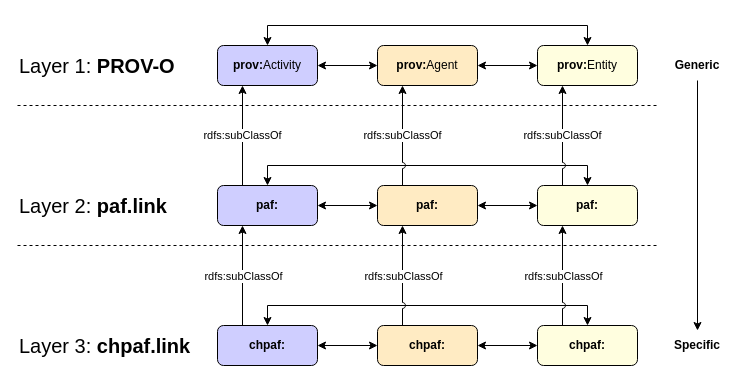
The draw.io diagram img/layers.drawio in swiss/paf-link, before the edit. Source tidied: cells renumbered, new cells numbered last; positions are measured from the earlier drawing's top-left corner, leaving out a move shared by most shapes. Both pictures are drawn from the tidied source at 100%, with x=0, y=0 at pixel (17, 25).
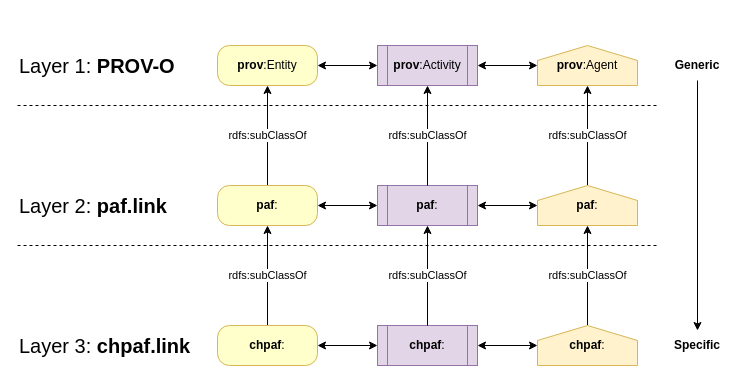
After the change.

Change to the diagram source:
```diff
@@
-    <mxCell id="2" style="edgeStyle=none;html=1;exitX=1;exitY=0.5;exitDx=0;exitDy=0;startArrow=classic;startFill=1;" parent="1" edge="1" source="3" target="12">
-      <mxGeometry relative="1" as="geometry" />
-    </mxCell>
-    <mxCell id="3" value="&lt;b&gt;prov:&lt;/b&gt;Activity" style="rounded=1;whiteSpace=wrap;html=1;labelBackgroundColor=none;fontColor=none;fillColor=#cfceff;fontSize=12;" parent="1" vertex="1">
-      <mxGeometry x="200" y="20" width="100" height="40" as="geometry" />
-    </mxCell>
-    <mxCell id="4" value="&lt;b&gt;prov:&lt;/b&gt;Entity" style="rounded=1;whiteSpace=wrap;html=1;labelBackgroundColor=none;fontColor=none;fillColor=#FFFEDF;fontSize=12;" parent="1" vertex="1">
-      <mxGeometry x="520" y="20" width="100" height="40" as="geometry" />
-    </mxCell>
@@
-    <mxCell id="11" style="edgeStyle=none;html=1;exitX=1;exitY=0.5;exitDx=0;exitDy=0;entryX=0;entryY=0.5;entryDx=0;entryDy=0;startArrow=classic;startFill=1;" parent="1" edge="1" source="12" target="4">
-      <mxGeometry relative="1" as="geometry" />
-    </mxCell>
-    <mxCell id="12" value="&lt;b&gt;prov:&lt;/b&gt;Agent" style="rounded=1;whiteSpace=wrap;html=1;labelBackgroundColor=none;fontColor=none;fillColor=#ffebc3;fontSize=12;" parent="1" vertex="1">
-      <mxGeometry x="360" y="20" width="100" height="40" as="geometry" />
-    </mxCell>
-    <mxCell id="13" style="edgeStyle=orthogonalEdgeStyle;html=1;exitX=0.5;exitY=0;exitDx=0;exitDy=0;startArrow=classic;startFill=1;entryX=0.5;entryY=0;entryDx=0;entryDy=0;rounded=0;" parent="1" edge="1" source="3" target="4">
-      <mxGeometry relative="1" as="geometry">
-        <Array as="points">
-          <mxPoint x="250" />
-          <mxPoint x="570" />
-        </Array>
-      </mxGeometry>
-    </mxCell>
-    <mxCell id="14" style="edgeStyle=none;html=1;exitX=1;exitY=0.5;exitDx=0;exitDy=0;startArrow=classic;startFill=1;" parent="1" edge="1" source="16" target="19">
-      <mxGeometry relative="1" as="geometry" />
-    </mxCell>
-    <mxCell id="15" value="rdfs:subClassOf" style="edgeStyle=orthogonalEdgeStyle;rounded=0;html=1;exitX=0.25;exitY=0;exitDx=0;exitDy=0;entryX=0.25;entryY=1;entryDx=0;entryDy=0;startArrow=none;startFill=0;" parent="1" edge="1" source="16" target="3">
-      <mxGeometry relative="1" as="geometry" />
-    </mxCell>
-    <mxCell id="16" value="&lt;b&gt;paf:&lt;/b&gt;" style="rounded=1;whiteSpace=wrap;html=1;labelBackgroundColor=none;fontColor=none;fillColor=#cfceff;fontSize=12;" parent="1" vertex="1">
-      <mxGeometry x="200" y="160" width="100" height="40" as="geometry" />
-    </mxCell>
-    <mxCell id="17" value="&lt;b&gt;paf:&lt;/b&gt;" style="rounded=1;whiteSpace=wrap;html=1;labelBackgroundColor=none;fontColor=none;fillColor=#FFFEDF;fontSize=12;" parent="1" vertex="1">
-      <mxGeometry x="520" y="160" width="100" height="40" as="geometry" />
-    </mxCell>
-    <mxCell id="18" style="edgeStyle=none;html=1;exitX=1;exitY=0.5;exitDx=0;exitDy=0;entryX=0;entryY=0.5;entryDx=0;entryDy=0;startArrow=classic;startFill=1;" parent="1" edge="1" source="19" target="17">
-      <mxGeometry relative="1" as="geometry" />
-    </mxCell>
-    <mxCell id="19" value="&lt;b&gt;paf:&lt;/b&gt;" style="rounded=1;whiteSpace=wrap;html=1;labelBackgroundColor=none;fontColor=none;fillColor=#ffebc3;fontSize=12;" parent="1" vertex="1">
-      <mxGeometry x="360" y="160" width="100" height="40" as="geometry" />
-    </mxCell>
-    <mxCell id="20" style="edgeStyle=orthogonalEdgeStyle;html=1;exitX=0.5;exitY=0;exitDx=0;exitDy=0;startArrow=classic;startFill=1;entryX=0.5;entryY=0;entryDx=0;entryDy=0;rounded=0;" parent="1" edge="1" source="16" target="17">
-      <mxGeometry relative="1" as="geometry">
-        <Array as="points">
-          <mxPoint x="250" y="140" />
-          <mxPoint x="570" y="140" />
-        </Array>
-      </mxGeometry>
-    </mxCell>
-    <mxCell id="21" value="rdfs:subClassOf" style="edgeStyle=orthogonalEdgeStyle;rounded=0;html=1;exitX=0.25;exitY=0;exitDx=0;exitDy=0;entryX=0.25;entryY=1;entryDx=0;entryDy=0;startArrow=none;startFill=0;jumpStyle=arc;" parent="1" edge="1" source="19" target="12">
-      <mxGeometry relative="1" as="geometry" />
-    </mxCell>
-    <mxCell id="22" value="rdfs:subClassOf" style="edgeStyle=orthogonalEdgeStyle;rounded=0;html=1;exitX=0.25;exitY=0;exitDx=0;exitDy=0;entryX=0.25;entryY=1;entryDx=0;entryDy=0;startArrow=none;startFill=0;jumpStyle=arc;" parent="1" edge="1" source="17" target="4">
-      <mxGeometry relative="1" as="geometry" />
-    </mxCell>
@@
-    <mxCell id="24" style="edgeStyle=none;html=1;exitX=1;exitY=0.5;exitDx=0;exitDy=0;startArrow=classic;startFill=1;" parent="1" edge="1" source="26" target="29">
-      <mxGeometry relative="1" as="geometry" />
-    </mxCell>
-    <mxCell id="25" value="rdfs:subClassOf" style="edgeStyle=orthogonalEdgeStyle;rounded=0;html=1;exitX=0.25;exitY=0;exitDx=0;exitDy=0;entryX=0.25;entryY=1;entryDx=0;entryDy=0;startArrow=none;startFill=0;" parent="1" edge="1" source="26">
-      <mxGeometry relative="1" as="geometry">
-        <mxPoint x="225" y="200" as="targetPoint" />
-      </mxGeometry>
-    </mxCell>
-    <mxCell id="26" value="&lt;b&gt;chpaf:&lt;/b&gt;" style="rounded=1;whiteSpace=wrap;html=1;labelBackgroundColor=none;fontColor=none;fillColor=#cfceff;fontSize=12;" parent="1" vertex="1">
-      <mxGeometry x="200" y="300" width="100" height="40" as="geometry" />
-    </mxCell>
-    <mxCell id="27" value="&lt;b&gt;chpaf:&lt;/b&gt;" style="rounded=1;whiteSpace=wrap;html=1;labelBackgroundColor=none;fontColor=none;fillColor=#FFFEDF;fontSize=12;" parent="1" vertex="1">
-      <mxGeometry x="520" y="300" width="100" height="40" as="geometry" />
-    </mxCell>
-    <mxCell id="28" style="edgeStyle=none;html=1;exitX=1;exitY=0.5;exitDx=0;exitDy=0;entryX=0;entryY=0.5;entryDx=0;entryDy=0;startArrow=classic;startFill=1;" parent="1" edge="1" source="29" target="27">
-      <mxGeometry relative="1" as="geometry" />
-    </mxCell>
-    <mxCell id="29" value="&lt;b&gt;chpaf:&lt;/b&gt;" style="rounded=1;whiteSpace=wrap;html=1;labelBackgroundColor=none;fontColor=none;fillColor=#ffebc3;fontSize=12;" parent="1" vertex="1">
-      <mxGeometry x="360" y="300" width="100" height="40" as="geometry" />
-    </mxCell>
-    <mxCell id="30" style="edgeStyle=orthogonalEdgeStyle;html=1;exitX=0.5;exitY=0;exitDx=0;exitDy=0;startArrow=classic;startFill=1;entryX=0.5;entryY=0;entryDx=0;entryDy=0;rounded=0;" parent="1" edge="1" source="26" target="27">
-      <mxGeometry relative="1" as="geometry">
-        <Array as="points">
-          <mxPoint x="250" y="280" />
-          <mxPoint x="570" y="280" />
-        </Array>
-      </mxGeometry>
-    </mxCell>
-    <mxCell id="31" value="rdfs:subClassOf" style="edgeStyle=orthogonalEdgeStyle;rounded=0;html=1;exitX=0.25;exitY=0;exitDx=0;exitDy=0;entryX=0.25;entryY=1;entryDx=0;entryDy=0;startArrow=none;startFill=0;jumpStyle=arc;" parent="1" edge="1" source="29">
-      <mxGeometry relative="1" as="geometry">
-        <mxPoint x="385" y="200" as="targetPoint" />
-      </mxGeometry>
-    </mxCell>
+    <mxCell id="33" style="endArrow=none;dashed=1;html=1;strokeWidth=1;fontSize=20;fontColor=none;" parent="1" edge="1">
+      <mxGeometry relative="1" as="geometry">
+        <mxPoint y="220" as="sourcePoint" />
+        <mxPoint x="640" y="220" as="targetPoint" />
+      </mxGeometry>
+    </mxCell>
+    <mxCell id="34" style="edgeStyle=none;html=1;exitX=1;exitY=0.5;exitDx=0;exitDy=0;entryX=0;entryY=0.5;entryDx=0;entryDy=0;startArrow=classic;startFill=1;" parent="1" edge="1" source="32" target="36">
+      <mxGeometry relative="1" as="geometry" />
+    </mxCell>
-    <mxCell id="32" value="rdfs:subClassOf" style="edgeStyle=orthogonalEdgeStyle;rounded=0;html=1;exitX=0.25;exitY=0;exitDx=0;exitDy=0;entryX=0.25;entryY=1;entryDx=0;entryDy=0;startArrow=none;startFill=0;jumpStyle=arc;" parent="1" edge="1" source="27">
-      <mxGeometry relative="1" as="geometry">
-        <mxPoint x="545" y="200" as="targetPoint" />
-      </mxGeometry>
+    <mxCell id="32" value="&lt;b&gt;prov&lt;/b&gt;:Entity" style="rounded=1;whiteSpace=wrap;html=1;fillColor=#FFFFCC;strokeColor=#d6b656;arcSize=30;" parent="1" vertex="1">
+      <mxGeometry x="200" y="20" width="100" height="40" as="geometry" />
     </mxCell>
-    <mxCell id="33" style="endArrow=none;dashed=1;html=1;strokeWidth=1;fontSize=20;fontColor=none;" parent="1" edge="1">
-      <mxGeometry relative="1" as="geometry">
-        <mxPoint y="220" as="sourcePoint" />
-        <mxPoint x="640" y="220" as="targetPoint" />
-      </mxGeometry>
-    </mxCell>
+    <mxCell id="35" style="edgeStyle=none;html=1;exitX=1;exitY=0.5;exitDx=0;exitDy=0;entryX=0;entryY=0.5;entryDx=0;entryDy=0;startArrow=classic;startFill=1;" parent="1" edge="1" source="36" target="53">
+      <mxGeometry relative="1" as="geometry" />
+    </mxCell>
+    <mxCell id="36" value="&lt;b&gt;prov&lt;/b&gt;:Activity" style="shape=process;whiteSpace=wrap;html=1;backgroundOutline=1;fillColor=#e1d5e7;strokeColor=#9673a6;" parent="1" vertex="1">
+      <mxGeometry x="360" y="20" width="100" height="40" as="geometry" />
+    </mxCell>
+    <mxCell id="37" style="edgeStyle=none;html=1;exitX=1;exitY=0.5;exitDx=0;exitDy=0;entryX=0;entryY=0.5;entryDx=0;entryDy=0;startArrow=classic;startFill=1;" parent="1" edge="1" source="39" target="41">
+      <mxGeometry relative="1" as="geometry" />
+    </mxCell>
+    <mxCell id="38" value="rdfs:subClassOf" style="edgeStyle=none;html=1;exitX=0.5;exitY=0;exitDx=0;exitDy=0;entryX=0.5;entryY=1;entryDx=0;entryDy=0;startArrow=none;startFill=0;" parent="1" edge="1" source="39" target="32">
+      <mxGeometry relative="1" as="geometry" />
+    </mxCell>
+    <mxCell id="39" value="&lt;b&gt;paf&lt;/b&gt;:" style="rounded=1;whiteSpace=wrap;html=1;fillColor=#FFFFCC;strokeColor=#d6b656;arcSize=30;" parent="1" vertex="1">
+      <mxGeometry x="200" y="160" width="100" height="40" as="geometry" />
+    </mxCell>
+    <mxCell id="40" style="edgeStyle=none;html=1;exitX=1;exitY=0.5;exitDx=0;exitDy=0;entryX=0;entryY=0.5;entryDx=0;entryDy=0;startArrow=classic;startFill=1;" parent="1" edge="1" source="41" target="52">
+      <mxGeometry relative="1" as="geometry" />
+    </mxCell>
+    <mxCell id="41" value="&lt;b&gt;paf&lt;/b&gt;:" style="shape=process;whiteSpace=wrap;html=1;backgroundOutline=1;fillColor=#e1d5e7;strokeColor=#9673a6;" parent="1" vertex="1">
+      <mxGeometry x="360" y="160" width="100" height="40" as="geometry" />
+    </mxCell>
+    <mxCell id="42" value="rdfs:subClassOf" style="edgeStyle=none;html=1;exitX=0.5;exitY=0;exitDx=0;exitDy=0;entryX=0.5;entryY=1;entryDx=0;entryDy=0;startArrow=none;startFill=0;" parent="1" edge="1" source="41" target="36">
+      <mxGeometry relative="1" as="geometry" />
+    </mxCell>
+    <mxCell id="43" value="rdfs:subClassOf" style="edgeStyle=none;html=1;entryX=0.5;entryY=1;entryDx=0;entryDy=0;startArrow=none;startFill=0;exitX=0.5;exitY=0;exitDx=0;exitDy=0;" parent="1" edge="1" source="52" target="53">
+      <mxGeometry relative="1" as="geometry" />
+    </mxCell>
+    <mxCell id="44" style="edgeStyle=none;html=1;exitX=1;exitY=0.5;exitDx=0;exitDy=0;entryX=0;entryY=0.5;entryDx=0;entryDy=0;startArrow=classic;startFill=1;" parent="1" edge="1" source="46" target="48">
+      <mxGeometry relative="1" as="geometry" />
+    </mxCell>
+    <mxCell id="45" value="rdfs:subClassOf" style="edgeStyle=none;html=1;exitX=0.5;exitY=0;exitDx=0;exitDy=0;entryX=0.5;entryY=1;entryDx=0;entryDy=0;startArrow=none;startFill=0;" parent="1" edge="1" source="46" target="39">
+      <mxGeometry relative="1" as="geometry" />
+    </mxCell>
+    <mxCell id="46" value="&lt;b&gt;chpaf&lt;/b&gt;:" style="rounded=1;whiteSpace=wrap;html=1;fillColor=#FFFFCC;strokeColor=#d6b656;arcSize=30;" parent="1" vertex="1">
+      <mxGeometry x="200" y="300" width="100" height="40" as="geometry" />
+    </mxCell>
+    <mxCell id="47" style="edgeStyle=none;html=1;exitX=1;exitY=0.5;exitDx=0;exitDy=0;entryX=0;entryY=0.5;entryDx=0;entryDy=0;startArrow=classic;startFill=1;" parent="1" edge="1" source="48" target="51">
+      <mxGeometry relative="1" as="geometry" />
+    </mxCell>
+    <mxCell id="48" value="&lt;b&gt;chpaf&lt;/b&gt;:" style="shape=process;whiteSpace=wrap;html=1;backgroundOutline=1;fillColor=#e1d5e7;strokeColor=#9673a6;" parent="1" vertex="1">
+      <mxGeometry x="360" y="300" width="100" height="40" as="geometry" />
+    </mxCell>
+    <mxCell id="49" value="rdfs:subClassOf" style="edgeStyle=none;html=1;exitX=0.5;exitY=0;exitDx=0;exitDy=0;entryX=0.5;entryY=1;entryDx=0;entryDy=0;startArrow=none;startFill=0;" parent="1" edge="1" source="48" target="41">
+      <mxGeometry relative="1" as="geometry" />
+    </mxCell>
+    <mxCell id="50" value="rdfs:subClassOf" style="edgeStyle=none;html=1;startArrow=none;startFill=0;exitX=0.5;exitY=0;exitDx=0;exitDy=0;entryX=0.5;entryY=1;entryDx=0;entryDy=0;" parent="1" edge="1" source="51" target="52">
+      <mxGeometry relative="1" as="geometry" />
+    </mxCell>
+    <mxCell id="51" value="&lt;b&gt;chpaf&lt;/b&gt;:" style="shape=offPageConnector;whiteSpace=wrap;html=1;flipV=1;fillColor=#fff2cc;strokeColor=#d6b656;" parent="1" vertex="1">
+      <mxGeometry x="520" y="300" width="100" height="40" as="geometry" />
+    </mxCell>
+    <mxCell id="52" value="&lt;b&gt;paf&lt;/b&gt;:" style="shape=offPageConnector;whiteSpace=wrap;html=1;flipV=1;fillColor=#fff2cc;strokeColor=#d6b656;" parent="1" vertex="1">
+      <mxGeometry x="520" y="160" width="100" height="40" as="geometry" />
+    </mxCell>
+    <mxCell id="53" value="&lt;b&gt;prov&lt;/b&gt;:Agent" style="shape=offPageConnector;whiteSpace=wrap;html=1;flipV=1;fillColor=#fff2cc;strokeColor=#d6b656;" parent="1" vertex="1">
+      <mxGeometry x="520" y="20" width="100" height="40" as="geometry" />
+    </mxCell>
```
